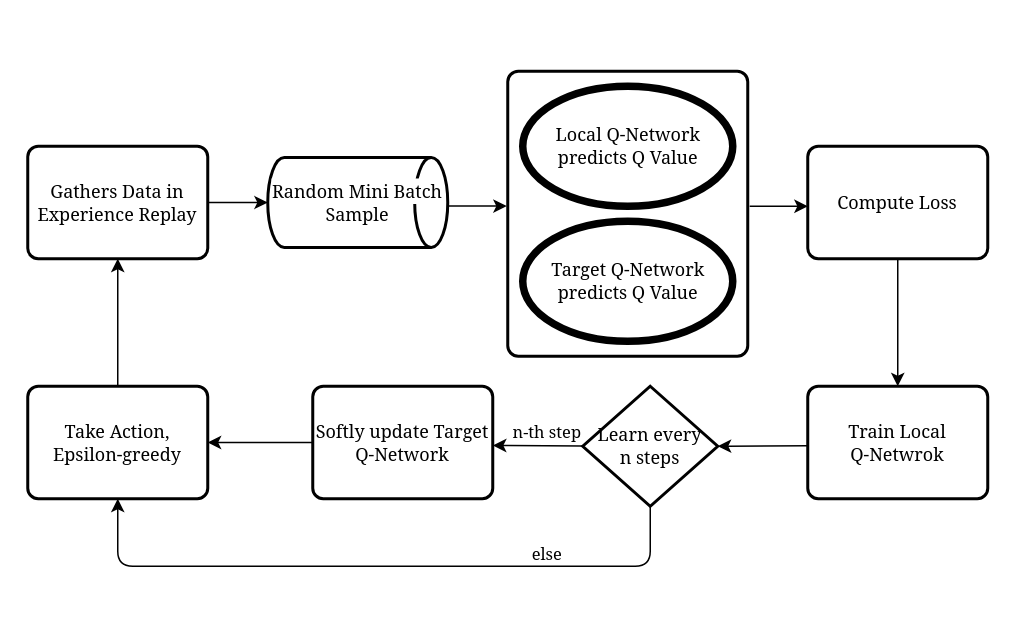
Before: doc/dql_flow.dio in fix1t/SmartTemp-RL, a draw.io diagram. Source tidied: cells renumbered, new cells numbered last; positions are measured from the earlier drawing's top-left corner, leaving out a move shared by most shapes. Both pictures are drawn from the tidied source at 150%, with x=0, y=0 at pixel (27, 70).
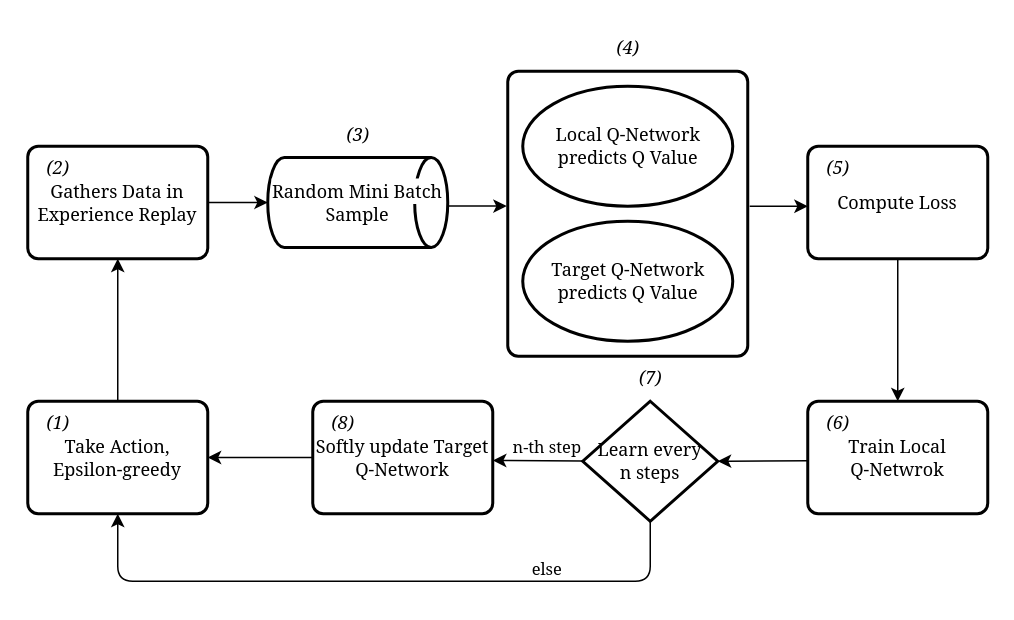
The same diagram, later.

Commit message:
enumarated processes in new diagram

What changed in the source:
```diff
@@
-    <mxCell id="6" value="Target Q-Network &lt;br&gt;predicts Q Value" style="shape=ellipse;html=1;dashed=0;whitespace=wrap;perimeter=ellipsePerimeter;strokeWidth=5;strokeColor=default;fontFamily=Georgia;" parent="1" vertex="1">
+    <mxCell id="6" value="Target Q-Network &lt;br&gt;predicts Q Value" style="shape=ellipse;html=1;dashed=0;whitespace=wrap;perimeter=ellipsePerimeter;strokeWidth=2;strokeColor=default;fontFamily=Georgia;" parent="1" vertex="1">
       <mxGeometry x="330" y="100" width="140" height="80" as="geometry" />
     </mxCell>
-    <mxCell id="7" value="Local Q-Network &lt;br&gt;predicts Q Value" style="shape=ellipse;html=1;dashed=0;whitespace=wrap;perimeter=ellipsePerimeter;strokeWidth=5;strokeColor=default;fontFamily=Georgia;" parent="1" vertex="1">
+    <mxCell id="7" value="Local Q-Network &lt;br&gt;predicts Q Value" style="shape=ellipse;html=1;dashed=0;whitespace=wrap;perimeter=ellipsePerimeter;strokeWidth=2;strokeColor=default;fontFamily=Georgia;" parent="1" vertex="1">
       <mxGeometry x="330" y="10" width="140" height="80" as="geometry" />
     </mxCell>
     <mxCell id="8" style="edgeStyle=none;html=1;entryX=0.5;entryY=1;entryDx=0;entryDy=0;fontFamily=Georgia;" parent="1" edge="1" source="12" target="22">
       <mxGeometry relative="1" as="geometry">
         <Array as="points">
-          <mxPoint x="415" y="330" />
-          <mxPoint x="60" y="330" />
+          <mxPoint x="415" y="340" />
+          <mxPoint x="60" y="340" />
         </Array>
       </mxGeometry>
     </mxCell>
@@
     <mxCell id="12" value="Learn every&lt;br&gt;n steps" style="strokeWidth=2;html=1;shape=mxgraph.flowchart.decision;whiteSpace=wrap;strokeColor=default;fontFamily=Georgia;" parent="1" vertex="1">
-      <mxGeometry x="370" y="210" width="90" height="80" as="geometry" />
+      <mxGeometry x="370" y="220" width="90" height="80" as="geometry" />
     </mxCell>
@@
     <mxCell id="16" value="&lt;span style=&quot;&quot;&gt;Train Local&lt;br&gt;Q-Netwrok&lt;/span&gt;" style="rounded=1;whiteSpace=wrap;html=1;absoluteArcSize=1;arcSize=14;strokeWidth=2;strokeColor=default;fontFamily=Georgia;" parent="1" vertex="1">
-      <mxGeometry x="520" y="210" width="120" height="75" as="geometry" />
+      <mxGeometry x="520" y="220" width="120" height="75" as="geometry" />
     </mxCell>
@@
     <mxCell id="18" value="&lt;span style=&quot;&quot;&gt;Softly update Target&lt;/span&gt;&lt;br style=&quot;border-color: var(--border-color);&quot;&gt;&lt;span style=&quot;&quot;&gt;Q-Network&lt;/span&gt;" style="rounded=1;whiteSpace=wrap;html=1;absoluteArcSize=1;arcSize=14;strokeWidth=2;strokeColor=default;fontFamily=Georgia;" parent="1" vertex="1">
-      <mxGeometry x="190" y="210" width="120" height="75" as="geometry" />
+      <mxGeometry x="190" y="220" width="120" height="75" as="geometry" />
     </mxCell>
@@
     <mxCell id="22" value="Take Action, &lt;br&gt;Epsilon-greedy" style="rounded=1;whiteSpace=wrap;html=1;absoluteArcSize=1;arcSize=14;strokeWidth=2;strokeColor=default;fontFamily=Georgia;" parent="1" vertex="1">
-      <mxGeometry y="210" width="120" height="75" as="geometry" />
+      <mxGeometry y="220" width="120" height="75" as="geometry" />
     </mxCell>
+    <mxCell id="23" value="(1)" style="text;html=1;align=center;verticalAlign=middle;strokeColor=none;fillColor=none;fontFamily=Georgia;fontStyle=2;" parent="1" vertex="1">
+      <mxGeometry y="220" width="40" height="30" as="geometry" />
+    </mxCell>
+    <mxCell id="24" value="(4)" style="text;html=1;align=center;verticalAlign=middle;strokeColor=none;fillColor=none;fontFamily=Georgia;fontStyle=2;" parent="1" vertex="1">
+      <mxGeometry x="380" y="-30" width="40" height="30" as="geometry" />
+    </mxCell>
+    <mxCell id="25" value="(3)" style="text;html=1;align=center;verticalAlign=middle;strokeColor=none;fillColor=none;fontFamily=Georgia;fontStyle=2;" parent="1" vertex="1">
+      <mxGeometry x="200" y="27.5" width="40" height="30" as="geometry" />
+    </mxCell>
+    <mxCell id="26" value="(5)" style="text;html=1;align=center;verticalAlign=middle;strokeColor=none;fillColor=none;fontFamily=Georgia;fontStyle=2;" parent="1" vertex="1">
+      <mxGeometry x="520" y="50" width="40" height="30" as="geometry" />
+    </mxCell>
+    <mxCell id="27" value="(2)" style="text;html=1;align=center;verticalAlign=middle;strokeColor=none;fillColor=none;fontFamily=Georgia;fontStyle=2;" parent="1" vertex="1">
+      <mxGeometry y="50" width="40" height="30" as="geometry" />
+    </mxCell>
+    <mxCell id="28" value="(6)" style="text;html=1;align=center;verticalAlign=middle;strokeColor=none;fillColor=none;fontFamily=Georgia;fontStyle=2;" parent="1" vertex="1">
+      <mxGeometry x="520" y="220" width="40" height="30" as="geometry" />
+    </mxCell>
+    <mxCell id="29" value="(8)" style="text;html=1;align=center;verticalAlign=middle;strokeColor=none;fillColor=none;fontFamily=Georgia;fontStyle=2;" parent="1" vertex="1">
+      <mxGeometry x="190" y="220" width="40" height="30" as="geometry" />
+    </mxCell>
+    <mxCell id="30" value="(7)" style="text;html=1;align=center;verticalAlign=middle;strokeColor=none;fillColor=none;fontFamily=Georgia;fontStyle=2;" parent="1" vertex="1">
+      <mxGeometry x="395" y="190" width="40" height="30" as="geometry" />
+    </mxCell>
```
